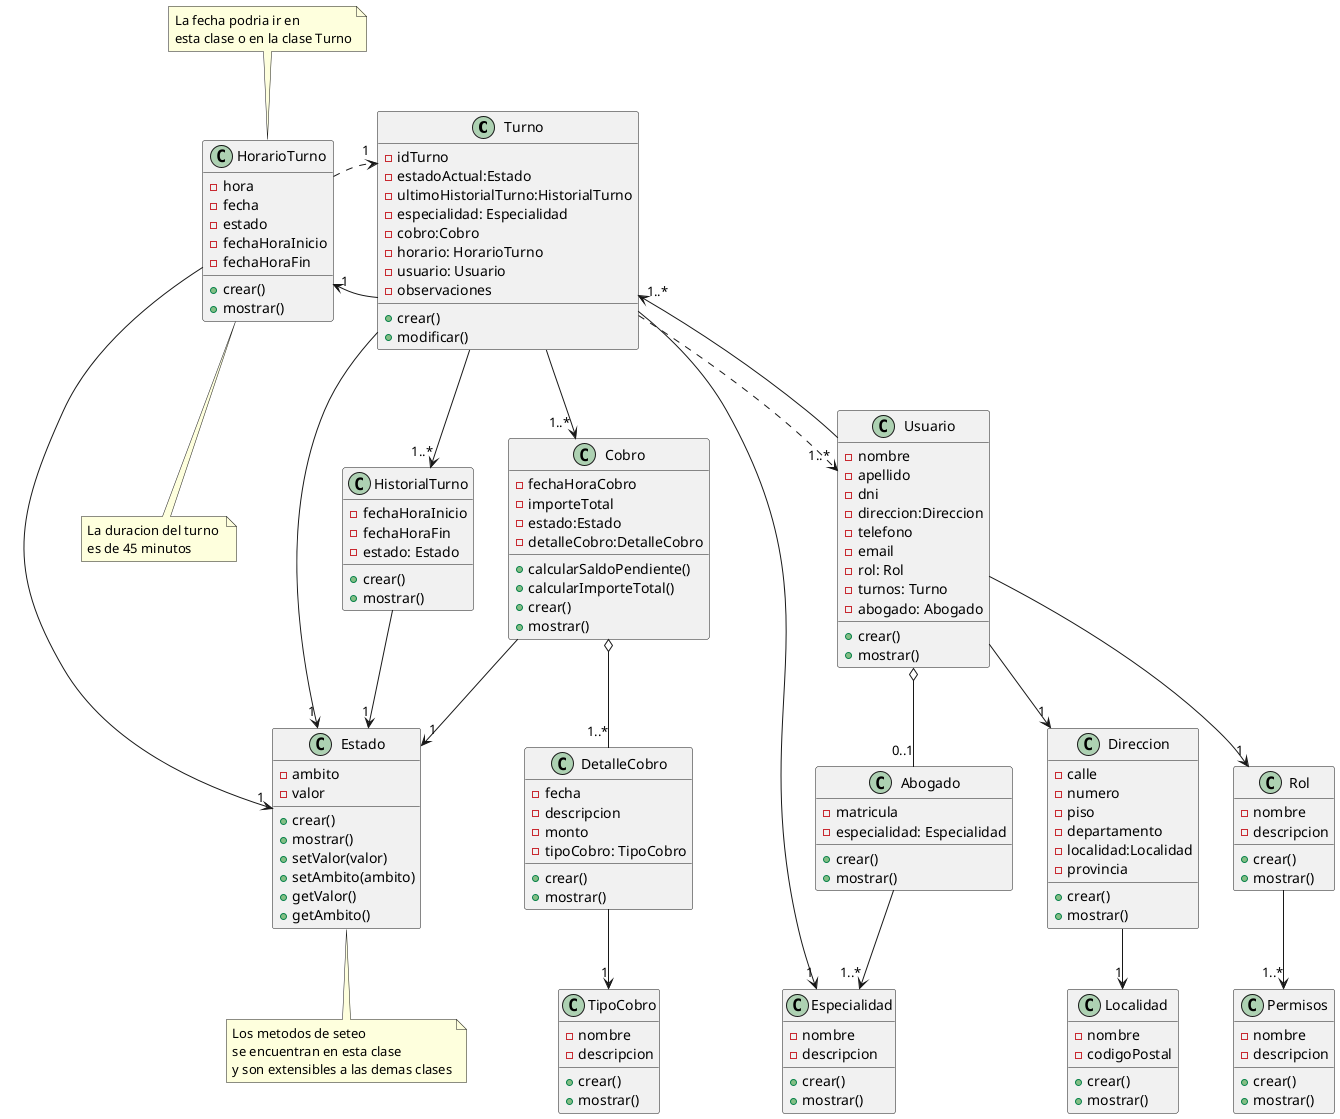
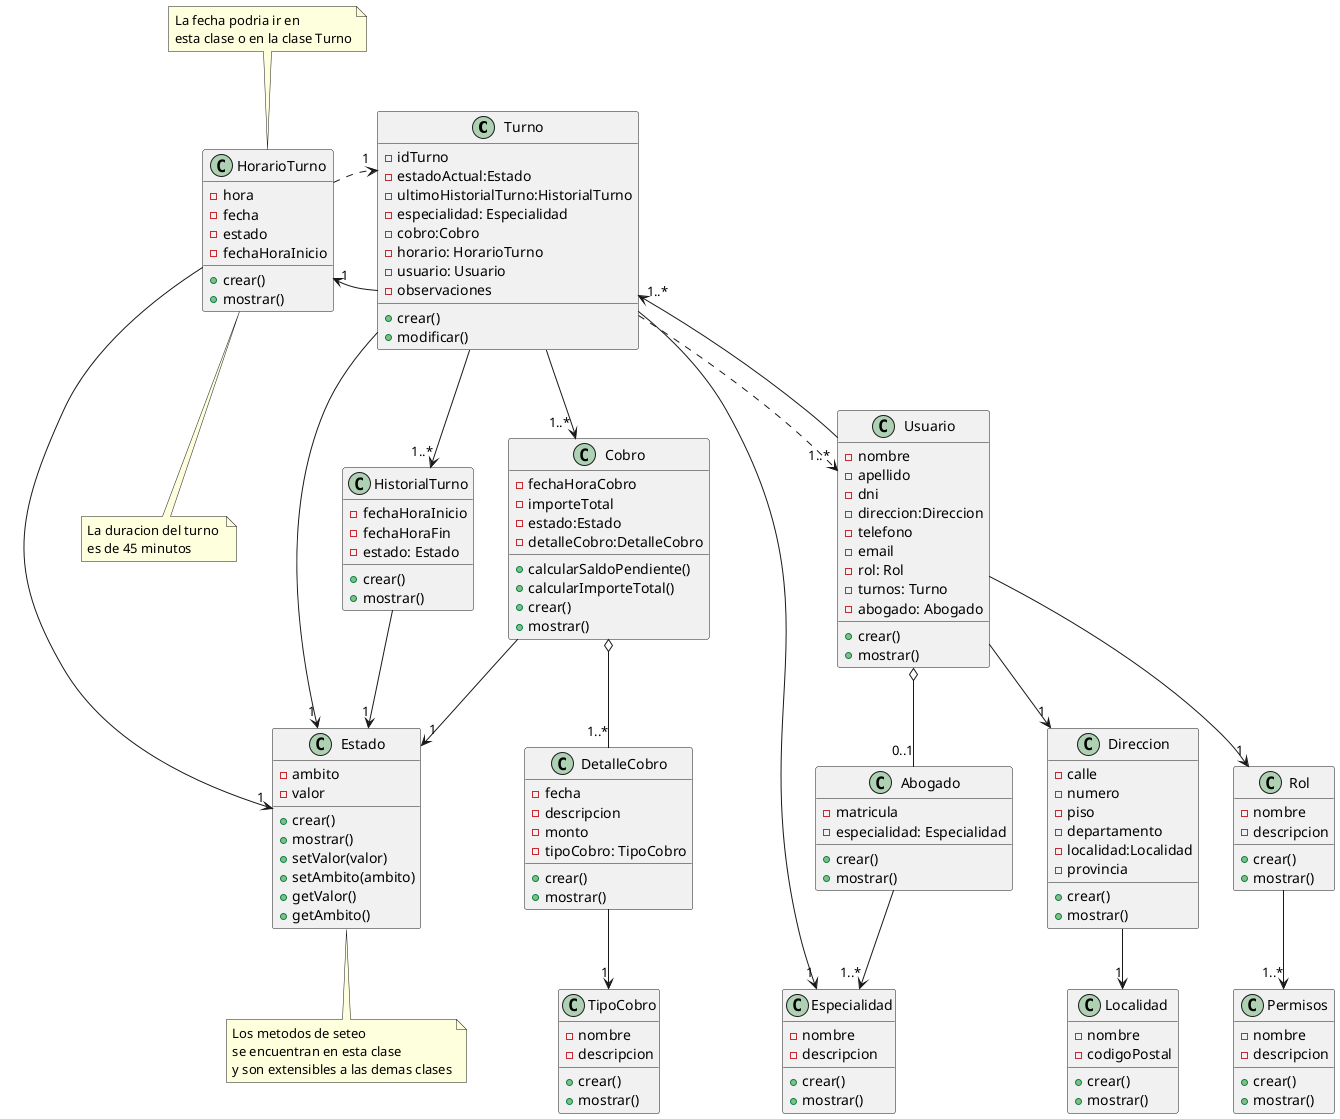
@startuml Diagrama de Clases
class Turno {
    - idTurno
    - estadoActual:Estado
    - ultimoHistorialTurno:HistorialTurno
    - especialidad: Especialidad
    - cobro:Cobro
    - horario: HorarioTurno
    - usuario: Usuario
    - observaciones
    + crear()
    + modificar()
}
Turno --> "1..* "Cobro
Turno -> "1" Estado
Turno -->"1..*" HistorialTurno
Turno --> "1" Especialidad
Turno -left-> "1"HorarioTurno
Turno ..> "1..*"Usuario

class Especialidad {
    - nombre
    - descripcion
    + crear()
    + mostrar()
}

class Usuario{
    - nombre
    - apellido
    - dni
    - direccion:Direccion
    - telefono
    - email
    - rol: Rol
    - turnos: Turno
    - abogado: Abogado
    + crear()
    + mostrar()
}

Usuario -->"1" Direccion
Usuario -->"1" Rol
Usuario -->"1..*" Turno
Usuario o--"0..1" Abogado

class Rol{
    - nombre
    - descripcion
    + crear()
    + mostrar()
}

Rol--> "1..*" Permisos

class Permisos {
    - nombre
    - descripcion
    + crear()
    + mostrar()
}

class Abogado {
    - matricula
    - especialidad: Especialidad
    + crear()
    + mostrar()
}

Abogado -->"1..*" Especialidad

class HistorialTurno{
    - fechaHoraInicio
    - fechaHoraFin
    - estado: Estado
    + crear()
    + mostrar()
}

HistorialTurno -->"1" Estado

class Cobro {
    - fechaHoraCobro
    - importeTotal
    - estado:Estado
    - detalleCobro:DetalleCobro
    + calcularSaldoPendiente()
    + calcularImporteTotal()
    + crear()
    + mostrar()

}

Cobro o--"1..*" DetalleCobro
Cobro -->"1" Estado

class DetalleCobro {
    - fecha
    - descripcion
    - monto
    - tipoCobro: TipoCobro
    + crear()
    + mostrar()
}

DetalleCobro --> "1" TipoCobro

class TipoCobro {
    - nombre
    - descripcion
    + crear()
    + mostrar()
}

class Estado{
    - ambito
    - valor
    + crear()
    + mostrar()
    + setValor(valor)
    + setAmbito(ambito)
    + getValor()
    + getAmbito()
}

note bottom of Estado : Los metodos de seteo \nse encuentran en esta clase \ny son extensibles a las demas clases

class Direccion{
    - calle
    - numero
    - piso
    - departamento
    - localidad:Localidad
    - provincia
    + crear()
    + mostrar()
}

Direccion -->"1" Localidad

class Localidad{
    - nombre
    - codigoPostal
    + crear()
    + mostrar()
}

class HorarioTurno {
    - hora
    - fecha
    - estado
    - fechaHoraInicio
-     - fechaHoraFin
    + crear()
    + mostrar()
}
note top of HorarioTurno : La fecha podria ir en \nesta clase o en la clase Turno
note bottom of HorarioTurno: La duracion del turno \nes de 45 minutos

HorarioTurno --> "1"Estado
HorarioTurno ..> "1"Turno
@enduml